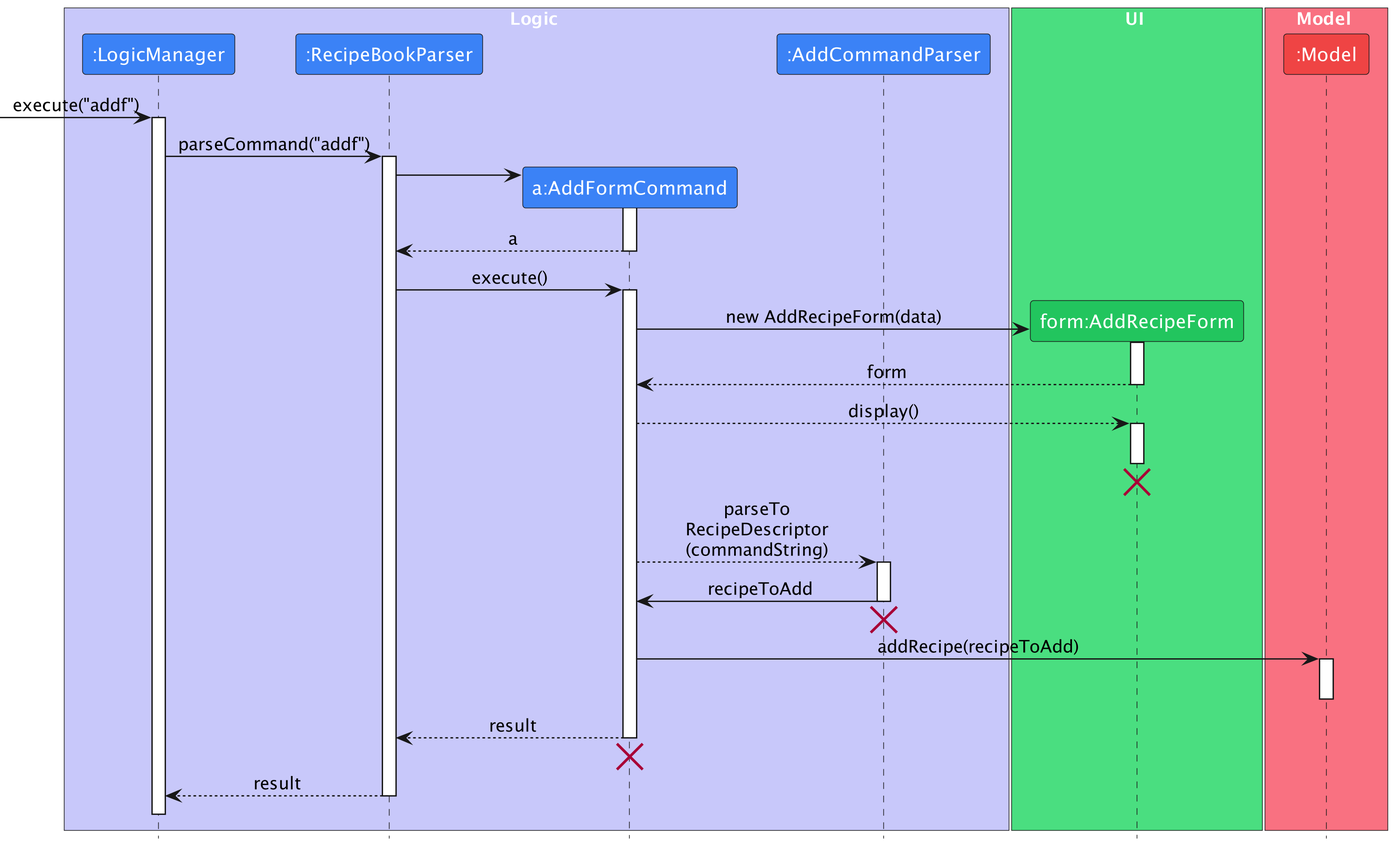
Before: docs/images/AddFormSequenceDiagram.png, a diagram exported from PlantUML (nus-cs2103-AY2223S2/tp).
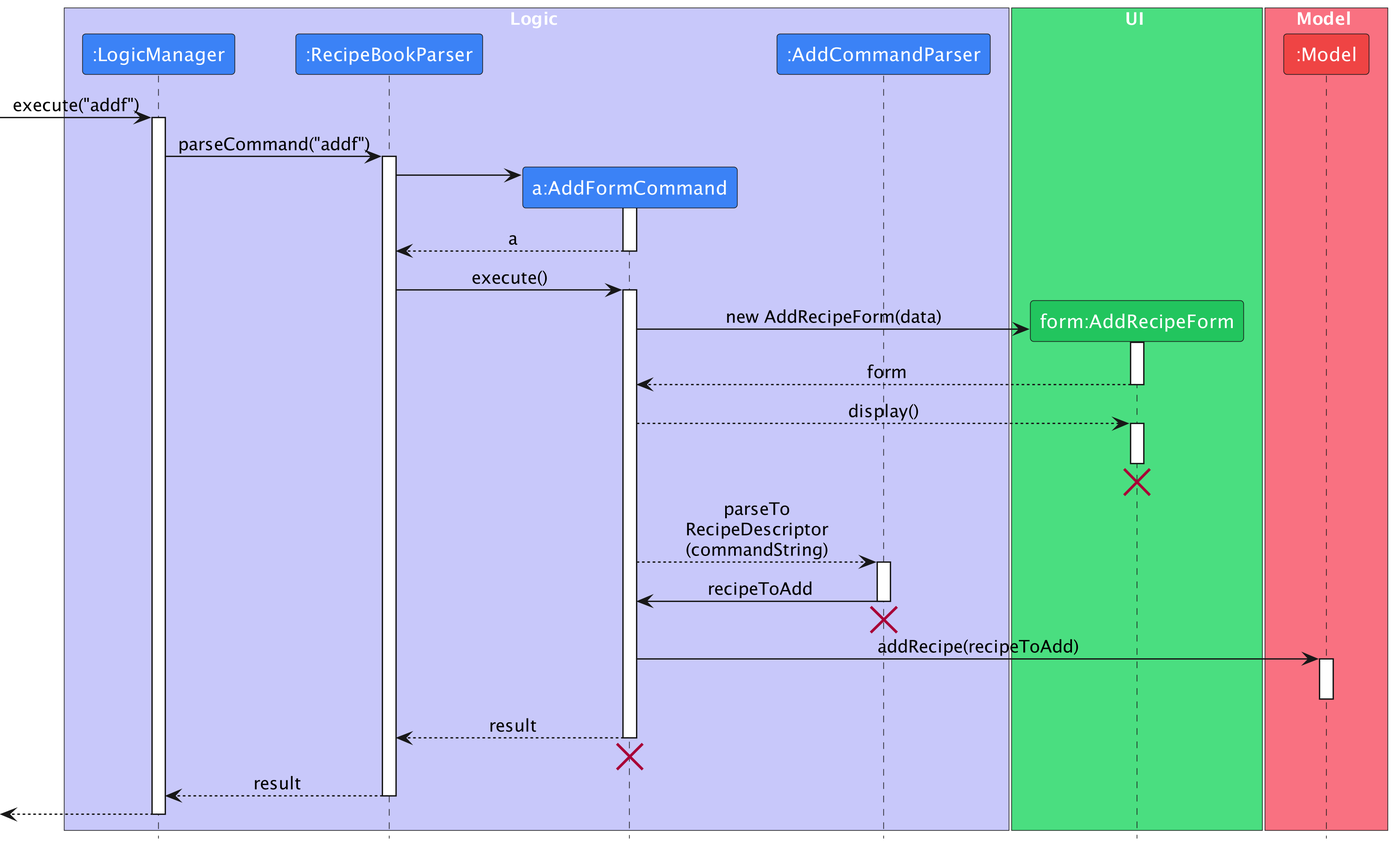
Above is the later version.

The edit, as a diff of the source:
```diff
@@ -67,6 +67,6 @@
 RecipeBookParser --> LogicManager : result
 deactivate RecipeBookParser
 
-[<-[hidden]-LogicManager
+[<--LogicManager
 deactivate LogicManager
 @enduml
```
